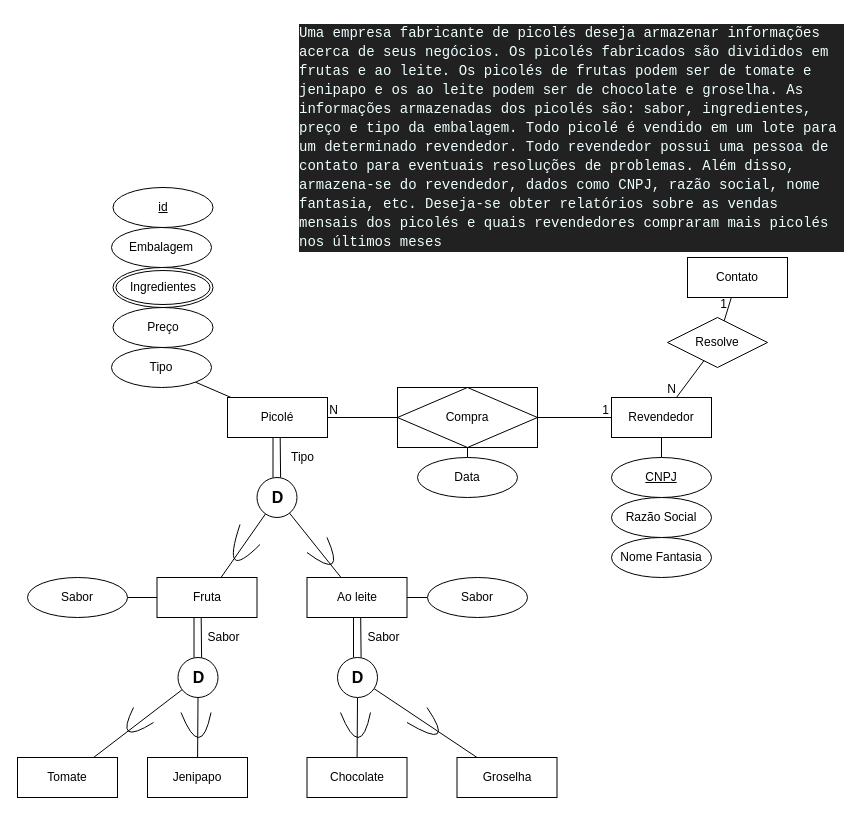
Earlier version of the draw.io diagram Lista2/Q2.drawio (Ryrden/ICMC-SCC0540). Source tidied: cells renumbered, new cells numbered last; positions are measured from the earlier drawing's top-left corner, leaving out a move shared by most shapes. Both pictures are drawn from the tidied source at 100%, with x=0, y=0 at pixel (17, 17).
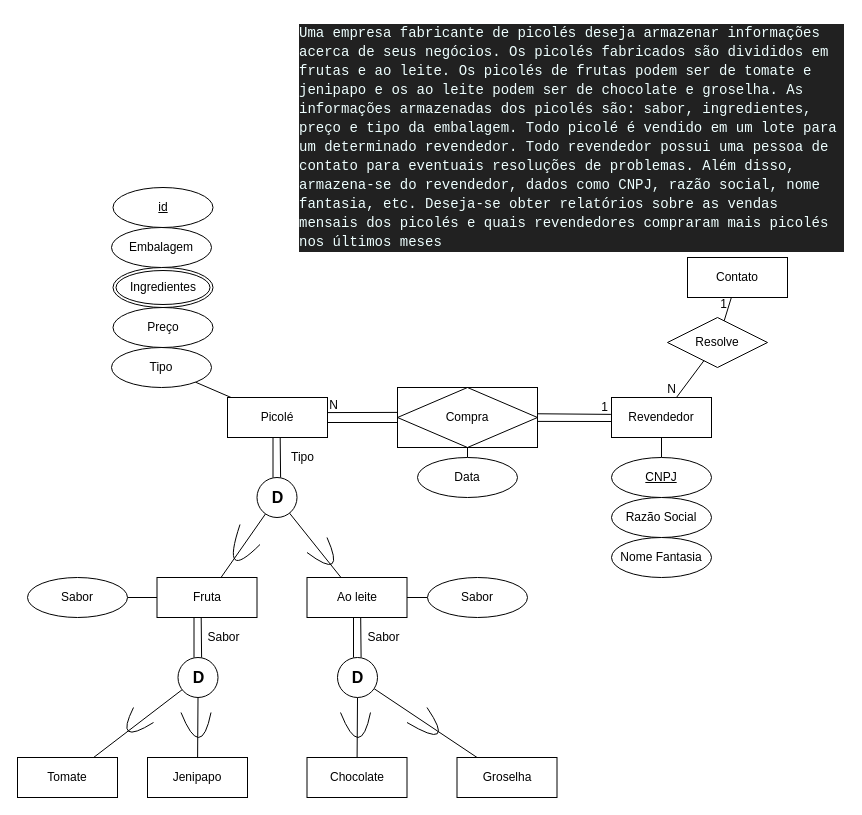
The same page after the edit.

Commit message:
Picolé - restrição total adicionada

Unchanged cells that the change refers to:
```xml
<mxCell id="4" value="Picolé" style="whiteSpace=wrap;html=1;align=center;" parent="1" vertex="1">
  <mxGeometry x="210" y="380" width="100" height="40" as="geometry" />
</mxCell>
<mxCell id="19" value="Revendedor" style="whiteSpace=wrap;html=1;align=center;" parent="1" vertex="1">
  <mxGeometry x="594" y="380" width="100" height="40" as="geometry" />
</mxCell>
<mxCell id="52" value="Compra" style="shape=associativeEntity;whiteSpace=wrap;html=1;align=center;" parent="1" vertex="1">
  <mxGeometry x="380" y="370" width="140" height="60" as="geometry" />
</mxCell>
```

Diff of the diagram source:
```diff
@@
-    <mxCell id="53" style="endArrow=none;html=1;rounded=0;" parent="1" edge="1" source="52" target="4">
+    <mxCell id="53" style="endArrow=none;html=1;rounded=0;entryX=1.003;entryY=0.377;entryDx=0;entryDy=0;entryPerimeter=0;exitX=0.002;exitY=0.415;exitDx=0;exitDy=0;exitPerimeter=0;" parent="1" edge="1" source="52" target="4">
       <mxGeometry relative="1" as="geometry" />
     </mxCell>
@@
-    <mxCell id="55" style="endArrow=none;html=1;rounded=0;" parent="1" edge="1" source="52" target="19">
+    <mxCell id="55" style="endArrow=none;html=1;rounded=0;exitX=1.003;exitY=0.438;exitDx=0;exitDy=0;exitPerimeter=0;entryX=-0.006;entryY=0.422;entryDx=0;entryDy=0;entryPerimeter=0;" parent="1" edge="1" source="52" target="19">
       <mxGeometry relative="1" as="geometry" />
     </mxCell>
@@
+    <mxCell id="65" style="endArrow=none;html=1;rounded=0;" parent="1" edge="1">
+      <mxGeometry relative="1" as="geometry">
+        <mxPoint x="380" y="405" as="sourcePoint" />
+        <mxPoint x="310" y="405" as="targetPoint" />
+      </mxGeometry>
+    </mxCell>
+    <mxCell id="66" style="endArrow=none;html=1;rounded=0;" parent="1" edge="1">
+      <mxGeometry relative="1" as="geometry">
+        <mxPoint x="520" y="403.9" as="sourcePoint" />
+        <mxPoint x="594" y="404" as="targetPoint" />
+      </mxGeometry>
+    </mxCell>
```
